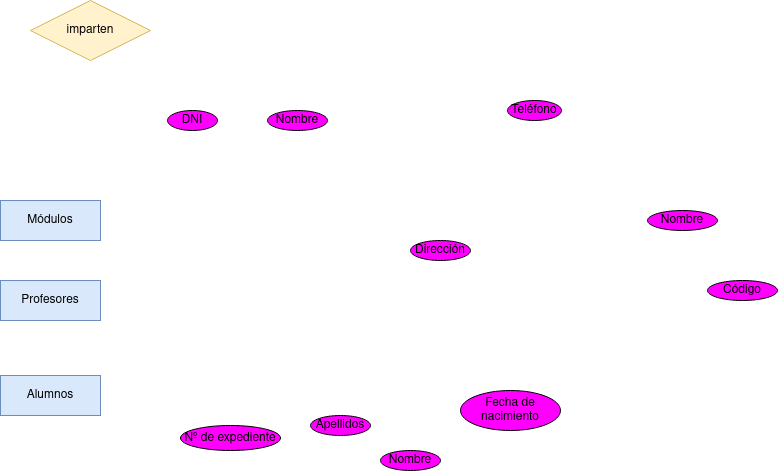
Above: Unidad-1/Tareas/Tarea-4/Diagrama Tarea 5.drawio.png in RafaelMayor/base-datos (draw.io), before the change. Source tidied: cells renumbered, new cells last; positions are measured from the earlier drawing's top-left corner, leaving out a move shared by most shapes. Its diagram source:
```xml
<mxGraphModel>
  <root>
    <mxCell id="0" />
    <mxCell id="1" parent="0" />
    <mxCell id="2" value="Profesores" style="whiteSpace=wrap;html=1;align=center;fillColor=#dae8fc;strokeColor=#6c8ebf;" parent="1" vertex="1">
      <mxGeometry y="280" width="100" height="40" as="geometry" />
    </mxCell>
    <mxCell id="3" value="Módulos" style="whiteSpace=wrap;html=1;align=center;fillColor=#dae8fc;strokeColor=#6c8ebf;" parent="1" vertex="1">
      <mxGeometry y="200" width="100" height="40" as="geometry" />
    </mxCell>
    <mxCell id="4" value="Alumnos" style="whiteSpace=wrap;html=1;align=center;fillColor=#dae8fc;strokeColor=#6c8ebf;" parent="1" vertex="1">
      <mxGeometry y="375" width="100" height="40" as="geometry" />
    </mxCell>
    <mxCell id="5" value="Teléfono" style="ellipse;whiteSpace=wrap;html=1;align=center;fillColor=#FF00FF;" parent="1" vertex="1">
      <mxGeometry x="507" y="100" width="54" height="20" as="geometry" />
    </mxCell>
    <mxCell id="6" value="Dirección" style="ellipse;whiteSpace=wrap;html=1;align=center;fillColor=#FF00FF;" parent="1" vertex="1">
      <mxGeometry x="410" y="240" width="60" height="20" as="geometry" />
    </mxCell>
    <mxCell id="7" value="Nombre" style="ellipse;whiteSpace=wrap;html=1;align=center;fillColor=#FF00FF;" parent="1" vertex="1">
      <mxGeometry x="267" y="110" width="60" height="20" as="geometry" />
    </mxCell>
    <mxCell id="8" value="DNI" style="ellipse;whiteSpace=wrap;html=1;align=center;fillColor=#FF00FF;" parent="1" vertex="1">
      <mxGeometry x="167" y="110" width="50" height="20" as="geometry" />
    </mxCell>
    <mxCell id="9" value="Código" style="ellipse;whiteSpace=wrap;html=1;align=center;fillColor=#FF00FF;" parent="1" vertex="1">
      <mxGeometry x="707" y="280" width="70" height="20" as="geometry" />
    </mxCell>
    <mxCell id="10" value="Nombre" style="ellipse;whiteSpace=wrap;html=1;align=center;fillColor=#FF00FF;" parent="1" vertex="1">
      <mxGeometry x="647" y="210" width="70" height="20" as="geometry" />
    </mxCell>
    <mxCell id="11" value="Nº de expediente" style="ellipse;whiteSpace=wrap;html=1;align=center;fillColor=#FF00FF;" parent="1" vertex="1">
      <mxGeometry x="180" y="425" width="100" height="25" as="geometry" />
    </mxCell>
    <mxCell id="12" value="Nombre" style="ellipse;whiteSpace=wrap;html=1;align=center;fillColor=#FF00FF;" parent="1" vertex="1">
      <mxGeometry x="380" y="450" width="60" height="20" as="geometry" />
    </mxCell>
    <mxCell id="13" value="Apellidos" style="ellipse;whiteSpace=wrap;html=1;align=center;fillColor=#FF00FF;" parent="1" vertex="1">
      <mxGeometry x="310" y="415" width="60" height="20" as="geometry" />
    </mxCell>
    <mxCell id="14" value="Fecha de nacimiento" style="ellipse;whiteSpace=wrap;html=1;align=center;fillColor=#FF00FF;" parent="1" vertex="1">
      <mxGeometry x="460" y="390" width="100" height="40" as="geometry" />
    </mxCell>
    <mxCell id="15" value="imparten" style="shape=rhombus;perimeter=rhombusPerimeter;whiteSpace=wrap;html=1;align=center;fillColor=#fff2cc;strokeColor=#d6b656;" parent="1" vertex="1">
      <mxGeometry x="30" width="120" height="60" as="geometry" />
    </mxCell>
  </root>
</mxGraphModel>
```
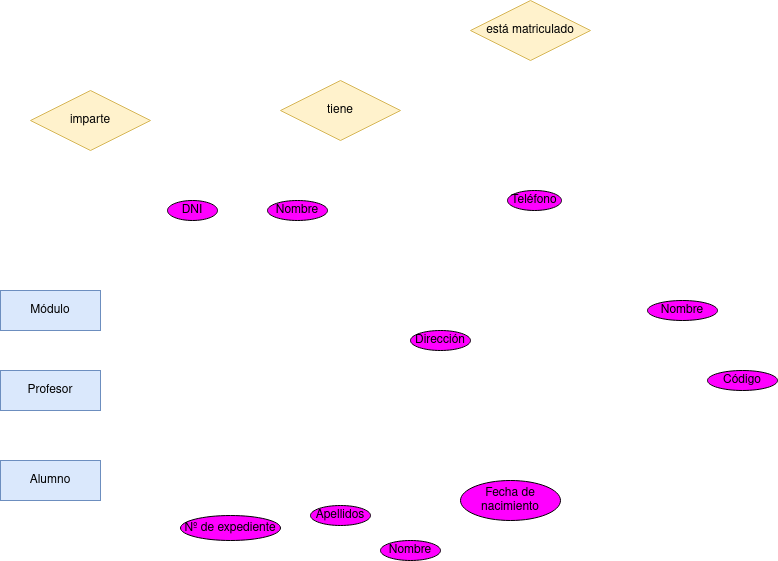
Above is the later version.

Diff of the diagram source:
```diff
@@ -2,14 +2,14 @@
   <root>
     <mxCell id="0" />
     <mxCell id="1" parent="0" />
-    <mxCell id="2" value="Profesores" style="whiteSpace=wrap;html=1;align=center;fillColor=#dae8fc;strokeColor=#6c8ebf;" parent="1" vertex="1">
+    <mxCell id="2" value="Profesor" style="whiteSpace=wrap;html=1;align=center;fillColor=#dae8fc;strokeColor=#6c8ebf;" parent="1" vertex="1">
       <mxGeometry y="280" width="100" height="40" as="geometry" />
     </mxCell>
-    <mxCell id="3" value="Módulos" style="whiteSpace=wrap;html=1;align=center;fillColor=#dae8fc;strokeColor=#6c8ebf;" parent="1" vertex="1">
+    <mxCell id="3" value="Módulo" style="whiteSpace=wrap;html=1;align=center;fillColor=#dae8fc;strokeColor=#6c8ebf;" parent="1" vertex="1">
       <mxGeometry y="200" width="100" height="40" as="geometry" />
     </mxCell>
-    <mxCell id="4" value="Alumnos" style="whiteSpace=wrap;html=1;align=center;fillColor=#dae8fc;strokeColor=#6c8ebf;" parent="1" vertex="1">
-      <mxGeometry y="375" width="100" height="40" as="geometry" />
+    <mxCell id="4" value="Alumno" style="whiteSpace=wrap;html=1;align=center;fillColor=#dae8fc;strokeColor=#6c8ebf;" parent="1" vertex="1">
+      <mxGeometry y="370" width="100" height="40" as="geometry" />
     </mxCell>
     <mxCell id="5" value="Teléfono" style="ellipse;whiteSpace=wrap;html=1;align=center;fillColor=#FF00FF;" parent="1" vertex="1">
       <mxGeometry x="507" y="100" width="54" height="20" as="geometry" />
@@ -41,8 +41,14 @@
     <mxCell id="14" value="Fecha de nacimiento" style="ellipse;whiteSpace=wrap;html=1;align=center;fillColor=#FF00FF;" parent="1" vertex="1">
       <mxGeometry x="460" y="390" width="100" height="40" as="geometry" />
     </mxCell>
-    <mxCell id="15" value="imparten" style="shape=rhombus;perimeter=rhombusPerimeter;whiteSpace=wrap;html=1;align=center;fillColor=#fff2cc;strokeColor=#d6b656;" parent="1" vertex="1">
+    <mxCell id="15" value="imparte" style="shape=rhombus;perimeter=rhombusPerimeter;whiteSpace=wrap;html=1;align=center;fillColor=#fff2cc;strokeColor=#d6b656;" parent="1" vertex="1">
       <mxGeometry x="30" width="120" height="60" as="geometry" />
     </mxCell>
+    <mxCell id="16" value="tiene" style="shape=rhombus;perimeter=rhombusPerimeter;whiteSpace=wrap;html=1;align=center;fillColor=#fff2cc;strokeColor=#d6b656;" parent="1" vertex="1">
+      <mxGeometry x="280" y="-10" width="120" height="60" as="geometry" />
+    </mxCell>
+    <mxCell id="17" value="está matriculado" style="shape=rhombus;perimeter=rhombusPerimeter;whiteSpace=wrap;html=1;align=center;fillColor=#fff2cc;strokeColor=#d6b656;" parent="1" vertex="1">
+      <mxGeometry x="470" y="-90" width="120" height="60" as="geometry" />
+    </mxCell>
   </root>
 </mxGraphModel>
```
